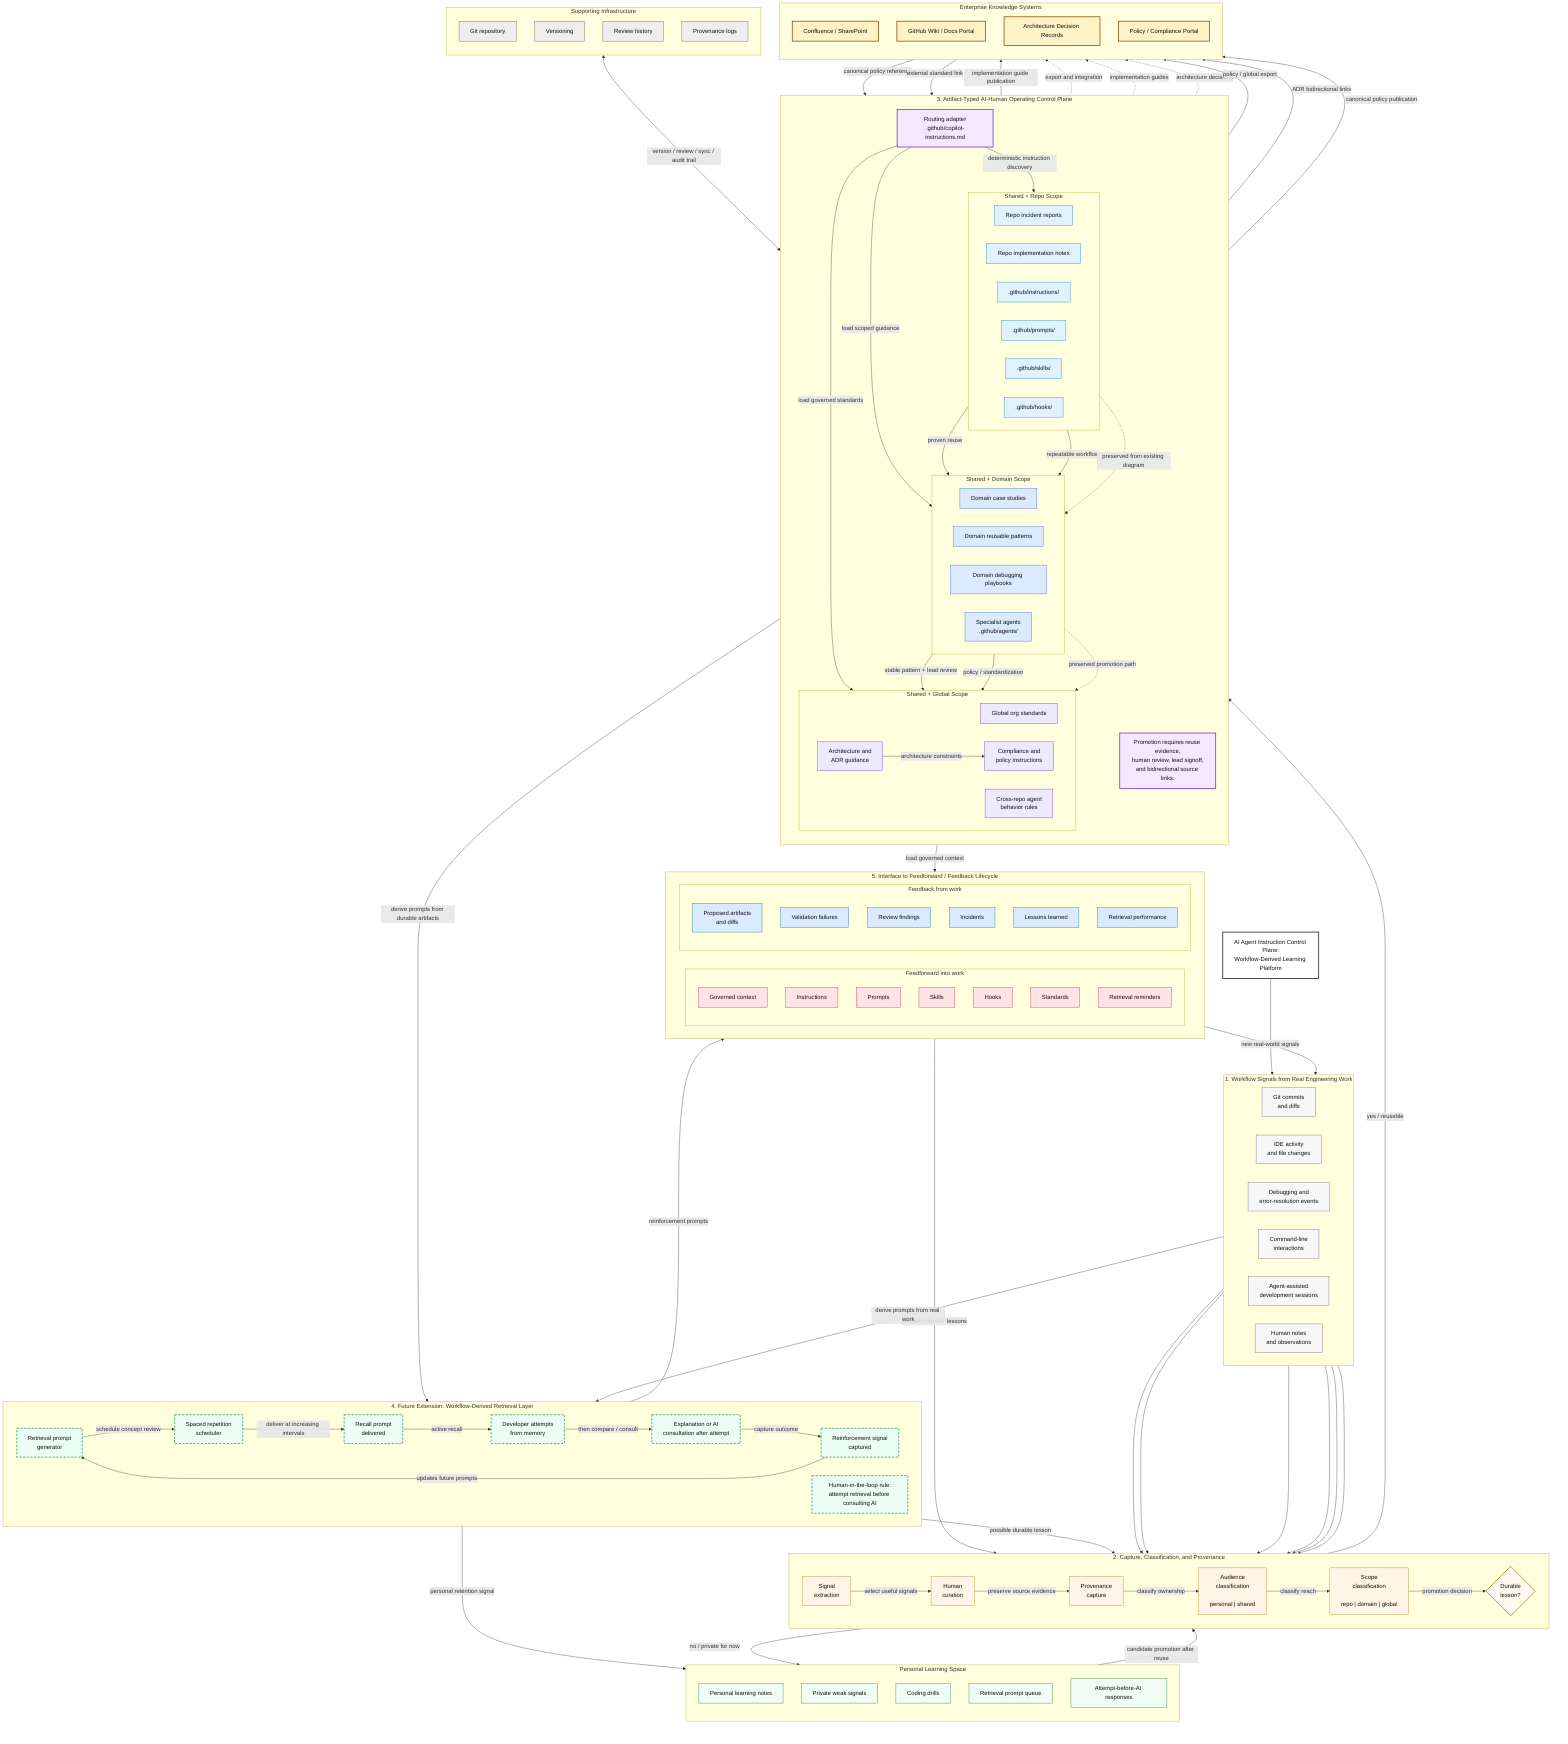
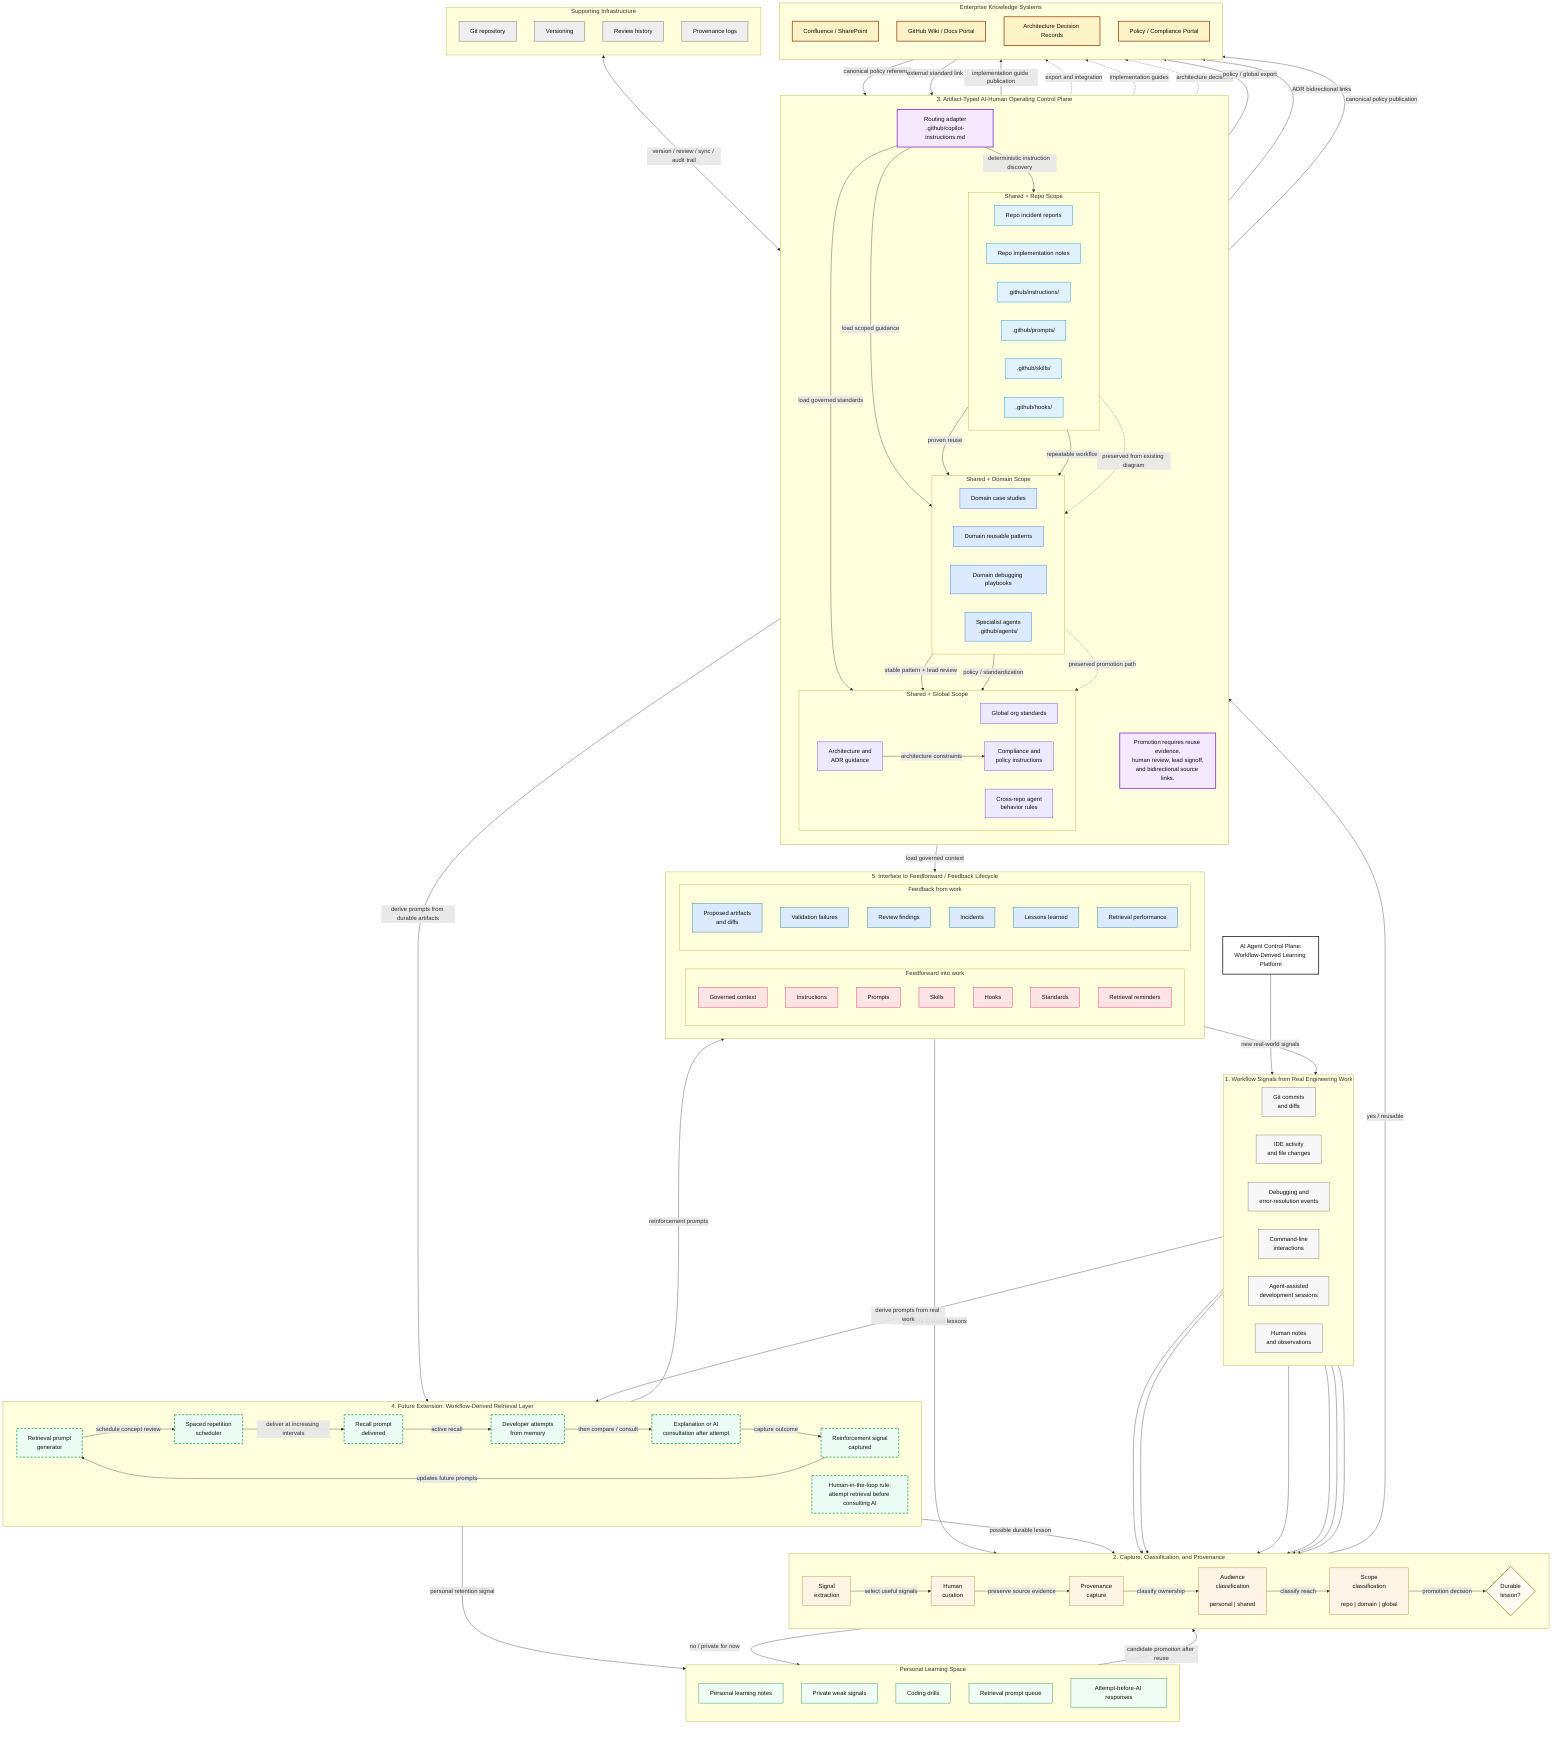
flowchart TB
-   Title["AI Agent Instruction Control Plane:<br/>Workflow-Derived Learning Platform"]
+   Title["AI Agent Control Plane:<br/>Workflow-Derived Learning Platform"]

  subgraph Signals["1. Workflow Signals from Real Engineering Work"]
    direction LR
    GitDiffs["Git commits<br/>and diffs"]
    IDE["IDE activity<br/>and file changes"]
    Debugging["Debugging and<br/>error-resolution events"]
    CLI["Command-line<br/>interactions"]
    AgentSessions["Agent-assisted<br/>development sessions"]
    HumanNotes["Human notes<br/>and observations"]
  end

  subgraph Capture["2. Capture, Classification, and Provenance"]
    direction LR
    Extraction["Signal<br/>extraction"]
    Curation["Human<br/>curation"]
    Provenance["Provenance<br/>capture"]
    Audience["Audience<br/>classification<br/><br/>personal | shared"]
    Scope["Scope<br/>classification<br/><br/>repo | domain | global"]
    Decision{"Durable<br/>lesson?"}

    Extraction -->|"select useful signals"| Curation
    Curation -->|"preserve source evidence"| Provenance
    Provenance -->|"classify ownership"| Audience
    Audience -->|"classify reach"| Scope
    Scope -->|"promotion decision"| Decision
  end

  subgraph Personal["Personal Learning Space"]
    direction TB
    PersonalNotes["Personal learning notes"]
    WeakSignals["Private weak signals"]
    CodingDrills["Coding drills"]
    RetrievalQueue["Retrieval prompt queue"]
    AttemptResponses["Attempt-before-AI responses"]
  end

  subgraph Infra["Supporting Infrastructure"]
    direction TB
    GitRepo["Git repository"]
    Versioning["Versioning"]
    ReviewHistory["Review history"]
    ProvenanceLogs["Provenance logs"]
  end

  subgraph ControlPlane["3. Artifact-Typed AI-Human Operating Control Plane"]
    direction TB

    Routing["Routing adapter<br/>.github/copilot-instructions.md"]

    subgraph RepoScope["Shared + Repo Scope"]
      direction LR
      RepoIncidents["Repo incident reports"]
      RepoImplNotes["Repo implementation notes"]
      Instructions[".github/instructions/"]
      Prompts[".github/prompts/"]
      Skills[".github/skills/"]
      Hooks[".github/hooks/"]
    end

    subgraph DomainScope["Shared + Domain Scope"]
      direction LR
      CaseStudies["Domain case studies"]
      ReusablePatterns["Domain reusable patterns"]
      DebugPlaybooks["Domain debugging playbooks"]
      SpecialistAgents["Specialist agents<br/>.github/agents/"]
    end

    subgraph GlobalScope["Shared + Global Scope"]
      direction LR
      OrgStandards["Global org standards"]
      ADRGuidance["Architecture and<br/>ADR guidance"]
      CompliancePolicy["Compliance and<br/>policy instructions"]
      CrossRepoRules["Cross-repo agent<br/>behavior rules"]
    end

    PromotionNote["Promotion requires reuse evidence,<br/>human review, lead signoff,<br/>and bidirectional source links."]

    Routing -->|"deterministic instruction discovery"| RepoScope
    Routing -->|"load scoped guidance"| DomainScope
    Routing -->|"load governed standards"| GlobalScope

    RepoIncidents -->|"proven reuse"| CaseStudies
    RepoImplNotes -->|"repeatable workflow"| ReusablePatterns
    CaseStudies -->|"stable pattern + lead review"| OrgStandards
    ReusablePatterns -->|"policy / standardization"| CrossRepoRules
    ADRGuidance -->|"architecture constraints"| CompliancePolicy
  end

  subgraph Retrieval["4. Future Extension: Workflow-Derived Retrieval Layer"]
    direction LR
    PromptGenerator["Retrieval prompt<br/>generator"]
    Scheduler["Spaced repetition<br/>scheduler"]
    PromptDelivered["Recall prompt<br/>delivered"]
    MemoryAttempt["Developer attempts<br/>from memory"]
    Explanation["Explanation or AI<br/>consultation after attempt"]
    Reinforcement["Reinforcement signal<br/>captured"]
    RetrievalRule["Human-in-the-loop rule:<br/>attempt retrieval before consulting AI"]

    PromptGenerator -->|"schedule concept review"| Scheduler
    Scheduler -->|"deliver at increasing intervals"| PromptDelivered
    PromptDelivered -->|"active recall"| MemoryAttempt
    MemoryAttempt -->|"then compare / consult"| Explanation
    Explanation -->|"capture outcome"| Reinforcement
    Reinforcement -->|"updates future prompts"| PromptGenerator
  end

  subgraph Lifecycle["5. Interface to Feedforward / Feedback Lifecycle"]
    direction LR

    subgraph Feedforward["Feedforward into work"]
      direction TB
      GovernedContext["Governed context"]
      LoadedInstructions["Instructions"]
      LoadedPrompts["Prompts"]
      LoadedSkills["Skills"]
      LoadedHooks["Hooks"]
      LoadedStandards["Standards"]
      RetrievalReminders["Retrieval reminders"]
    end

    subgraph Feedback["Feedback from work"]
      direction TB
      ProposedDiffs["Proposed artifacts<br/>and diffs"]
      ValidationFailures["Validation failures"]
      ReviewFindings["Review findings"]
      Incidents["Incidents"]
      Lessons["Lessons learned"]
      RetrievalPerformance["Retrieval performance"]
    end
  end

  subgraph Enterprise["Enterprise Knowledge Systems"]
    direction TB
    Confluence["Confluence / SharePoint"]
    Wiki["GitHub Wiki / Docs Portal"]
    ADRs["Architecture Decision Records"]
    PolicyPortal["Policy / Compliance Portal"]
  end

  Title --> Signals

  GitDiffs --> Extraction
  IDE --> Extraction
  Debugging --> Extraction
  CLI --> Extraction
  AgentSessions --> Extraction
  HumanNotes --> Extraction

  Decision -->|"yes / reusable"| ControlPlane
  Decision -->|"no / private for now"| Personal

  Personal -->|"candidate promotion after reuse"| Capture

  Infra <-->|"version / review / sync / audit trail"| ControlPlane

  ControlPlane -->|"load governed context"| Feedforward
  Retrieval -->|"reinforcement prompts"| Feedforward

  Feedback -->|"new real-world signals"| Signals
  Feedback -->|"promote durable lessons"| Capture

  ControlPlane -->|"derive prompts from durable artifacts"| PromptGenerator
  Signals -->|"derive prompts from real work"| PromptGenerator
  Reinforcement -->|"personal retention signal"| Personal
  Reinforcement -->|"possible durable lesson"| Capture

  OrgStandards -->|"policy / global export"| Enterprise
  ADRGuidance -->|"ADR bidirectional links"| Enterprise
  CompliancePolicy -->|"canonical policy publication"| Enterprise
  DebugPlaybooks -->|"implementation guide publication"| Wiki

  Enterprise -->|"canonical policy reference"| ControlPlane
  Enterprise -->|"external standard link"| ControlPlane

  RepoIncidents -.->|"preserved from existing diagram"| CaseStudies
  CaseStudies -.->|"preserved promotion path"| OrgStandards
  OrgStandards -.->|"export and integration"| Confluence
  OrgStandards -.->|"implementation guides"| Wiki
  ADRGuidance -.->|"architecture decisions"| ADRs

  classDef title fill:#ffffff,stroke:#111111,stroke-width:2px,color:#111111;

  classDef signal fill:#f7f7f7,stroke:#666666,stroke-width:1px,color:#111111;
  classDef capture fill:#fff4e6,stroke:#b7791f,stroke-width:1px,color:#111111;
  classDef decision fill:#fffaf0,stroke:#b7791f,stroke-width:2px,color:#111111;

  classDef control fill:#f3e8ff,stroke:#7e22ce,stroke-width:2px,color:#111111;
  classDef repo fill:#e0f2fe,stroke:#0284c7,stroke-width:1px,color:#111111;
  classDef domain fill:#dbeafe,stroke:#2563eb,stroke-width:1px,color:#111111;
  classDef global fill:#ede9fe,stroke:#6d28d9,stroke-width:1px,color:#111111;

  classDef retrieval fill:#ecfdf5,stroke:#16a34a,stroke-width:2px,color:#111111,stroke-dasharray: 6 4;
  classDef personal fill:#f0fdf4,stroke:#15803d,stroke-width:1px,color:#111111;
  classDef infra fill:#eeeeee,stroke:#555555,stroke-width:1px,color:#111111;
  classDef enterprise fill:#fef3c7,stroke:#92400e,stroke-width:2px,color:#111111;

  classDef feedforward fill:#ffe4e6,stroke:#e11d48,stroke-width:1px,color:#111111;
  classDef feedback fill:#dbeafe,stroke:#0f766e,stroke-width:1px,color:#111111;

  class Title title;

  class GitDiffs,IDE,Debugging,CLI,AgentSessions,HumanNotes signal;

  class Extraction,Curation,Provenance,Audience,Scope capture;
  class Decision decision;

  class Routing,PromotionNote control;
  class RepoIncidents,RepoImplNotes,Instructions,Prompts,Skills,Hooks repo;
  class CaseStudies,ReusablePatterns,DebugPlaybooks,SpecialistAgents domain;
  class OrgStandards,ADRGuidance,CompliancePolicy,CrossRepoRules global;

  class PromptGenerator,Scheduler,PromptDelivered,MemoryAttempt,Explanation,Reinforcement,RetrievalRule retrieval;

  class PersonalNotes,WeakSignals,CodingDrills,RetrievalQueue,AttemptResponses personal;

  class GitRepo,Versioning,ReviewHistory,ProvenanceLogs infra;

  class GovernedContext,LoadedInstructions,LoadedPrompts,LoadedSkills,LoadedHooks,LoadedStandards,RetrievalReminders feedforward;
  class ProposedDiffs,ValidationFailures,ReviewFindings,Incidents,Lessons,RetrievalPerformance feedback;

  class Confluence,Wiki,ADRs,PolicyPortal enterprise;
